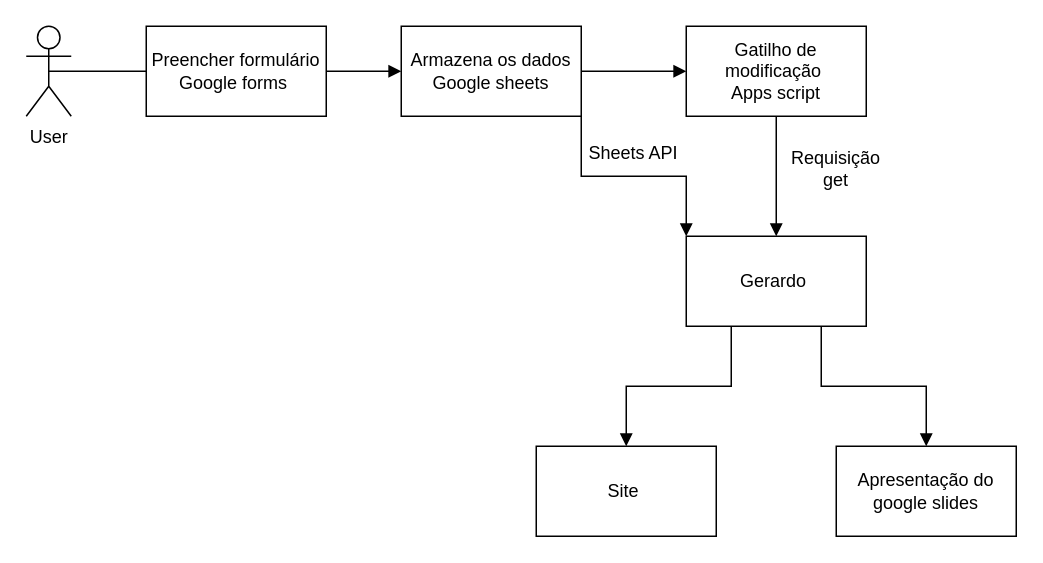
Earlier version of the draw.io diagram Untitled Diagram.drawio (BernardoTM/Pibex). Source tidied: cells renumbered, new cells numbered last; positions are measured from the earlier drawing's top-left corner, leaving out a move shared by most shapes. Both pictures are drawn from the tidied source at 150%, with x=0, y=0 at pixel (26, 26).
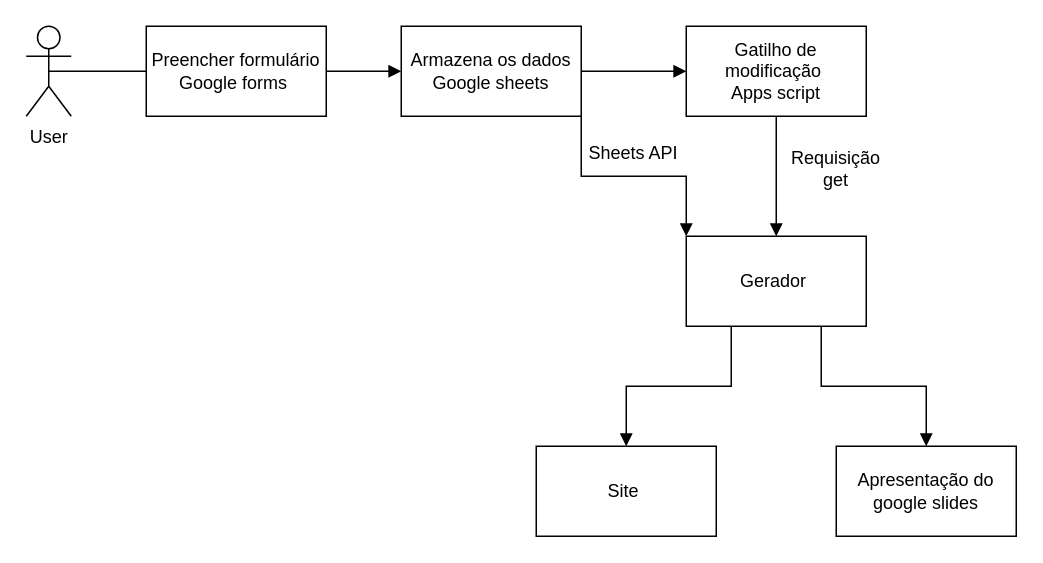
The same page after the edit.

Diff of the diagram source:
```diff
@@
 <mxGraphModel>
   <root>
     <mxCell id="0" />
     <mxCell id="1" parent="0" />
     <mxCell id="2" style="edgeStyle=orthogonalEdgeStyle;rounded=0;jettySize=auto;html=1;exitX=0.5;exitY=0.5;exitDx=0;exitDy=0;exitPerimeter=0;endArrow=none;endFill=0;" parent="1" edge="1" source="3" target="5">
       <mxGeometry relative="1" as="geometry" />
     </mxCell>
     <mxCell id="3" value="User" style="shape=umlActor;verticalLabelPosition=bottom;verticalAlign=top;html=1;outlineConnect=0;" parent="1" vertex="1">
       <mxGeometry width="30" height="60" as="geometry" />
     </mxCell>
     <mxCell id="4" style="edgeStyle=orthogonalEdgeStyle;rounded=0;jettySize=auto;html=1;exitX=1;exitY=0.5;exitDx=0;exitDy=0;endArrow=block;endFill=1;" parent="1" edge="1" source="5" target="8">
       <mxGeometry relative="1" as="geometry" />
     </mxCell>
     <mxCell id="5" value="Preencher formulário&lt;br&gt;Google forms&amp;nbsp;" style="rounded=0;whiteSpace=wrap;html=1;" parent="1" vertex="1">
       <mxGeometry x="80" width="120" height="60" as="geometry" />
     </mxCell>
     <mxCell id="6" style="edgeStyle=orthogonalEdgeStyle;rounded=0;jettySize=auto;html=1;exitX=1;exitY=0.5;exitDx=0;exitDy=0;endArrow=block;endFill=1;" parent="1" edge="1" source="8" target="10">
       <mxGeometry relative="1" as="geometry" />
     </mxCell>
     <mxCell id="7" style="edgeStyle=orthogonalEdgeStyle;rounded=0;jettySize=auto;html=1;exitX=1;exitY=1;exitDx=0;exitDy=0;entryX=0;entryY=0;entryDx=0;entryDy=0;endArrow=block;endFill=1;" parent="1" edge="1" source="8" target="13">
       <mxGeometry relative="1" as="geometry" />
     </mxCell>
     <mxCell id="8" value="Armazena os dados&lt;br&gt;Google sheets" style="rounded=0;whiteSpace=wrap;html=1;" parent="1" vertex="1">
       <mxGeometry x="250" width="120" height="60" as="geometry" />
     </mxCell>
     <mxCell id="9" style="edgeStyle=orthogonalEdgeStyle;rounded=0;jettySize=auto;html=1;endArrow=block;endFill=1;" parent="1" edge="1" source="10" target="13">
       <mxGeometry relative="1" as="geometry" />
     </mxCell>
     <mxCell id="10" value="Gatilho de modificação&amp;nbsp;&lt;br&gt;Apps script" style="rounded=0;whiteSpace=wrap;html=1;" parent="1" vertex="1">
       <mxGeometry x="440" width="120" height="60" as="geometry" />
     </mxCell>
     <mxCell id="11" style="edgeStyle=orthogonalEdgeStyle;rounded=0;jettySize=auto;html=1;exitX=0.25;exitY=1;exitDx=0;exitDy=0;endArrow=block;endFill=1;" parent="1" edge="1" source="13" target="14">
       <mxGeometry relative="1" as="geometry" />
     </mxCell>
     <mxCell id="12" style="edgeStyle=orthogonalEdgeStyle;rounded=0;jettySize=auto;html=1;exitX=0.75;exitY=1;exitDx=0;exitDy=0;endArrow=block;endFill=1;" parent="1" edge="1" source="13" target="17">
       <mxGeometry relative="1" as="geometry" />
     </mxCell>
-    <mxCell id="13" value="Gerardo&amp;nbsp;" style="rounded=0;whiteSpace=wrap;html=1;" parent="1" vertex="1">
+    <mxCell id="13" value="Gerador&amp;nbsp;" style="rounded=0;whiteSpace=wrap;html=1;" parent="1" vertex="1">
       <mxGeometry x="440" y="140" width="120" height="60" as="geometry" />
     </mxCell>
     <mxCell id="14" value="Site&amp;nbsp;" style="rounded=0;whiteSpace=wrap;html=1;" parent="1" vertex="1">
       <mxGeometry x="340" y="280" width="120" height="60" as="geometry" />
     </mxCell>
     <mxCell id="15" value="Sheets API" style="text;html=1;strokeColor=none;fillColor=none;align=center;verticalAlign=middle;whiteSpace=wrap;rounded=0;" parent="1" vertex="1">
       <mxGeometry x="370" y="70" width="70" height="30" as="geometry" />
     </mxCell>
     <mxCell id="16" value="Requisição get" style="text;html=1;strokeColor=none;fillColor=none;align=center;verticalAlign=middle;whiteSpace=wrap;rounded=0;" parent="1" vertex="1">
       <mxGeometry x="510" y="80" width="60" height="30" as="geometry" />
     </mxCell>
     <mxCell id="17" value="Apresentação do google slides" style="rounded=0;whiteSpace=wrap;html=1;" parent="1" vertex="1">
       <mxGeometry x="540" y="280" width="120" height="60" as="geometry" />
     </mxCell>
   </root>
 </mxGraphModel>
```
